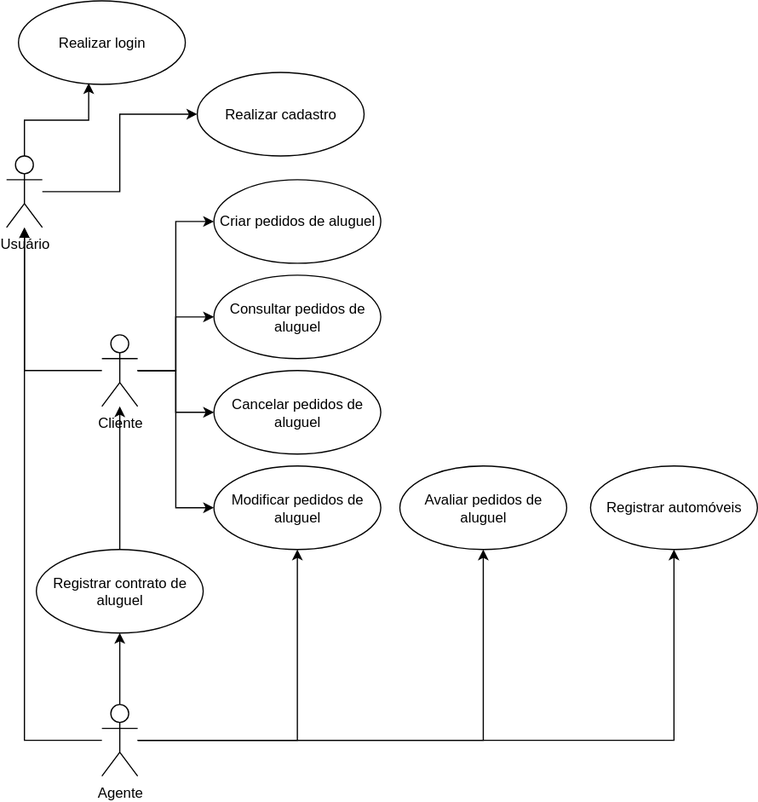
Above: projeto/DiagramaDeCasosDeUso.drawio.svg in marcosffp/Sistema-de-Aluguel-de-Carros (draw.io), before the change. Source tidied: cells renumbered, new cells last; positions are measured from the earlier drawing's top-left corner, leaving out a move shared by most shapes.
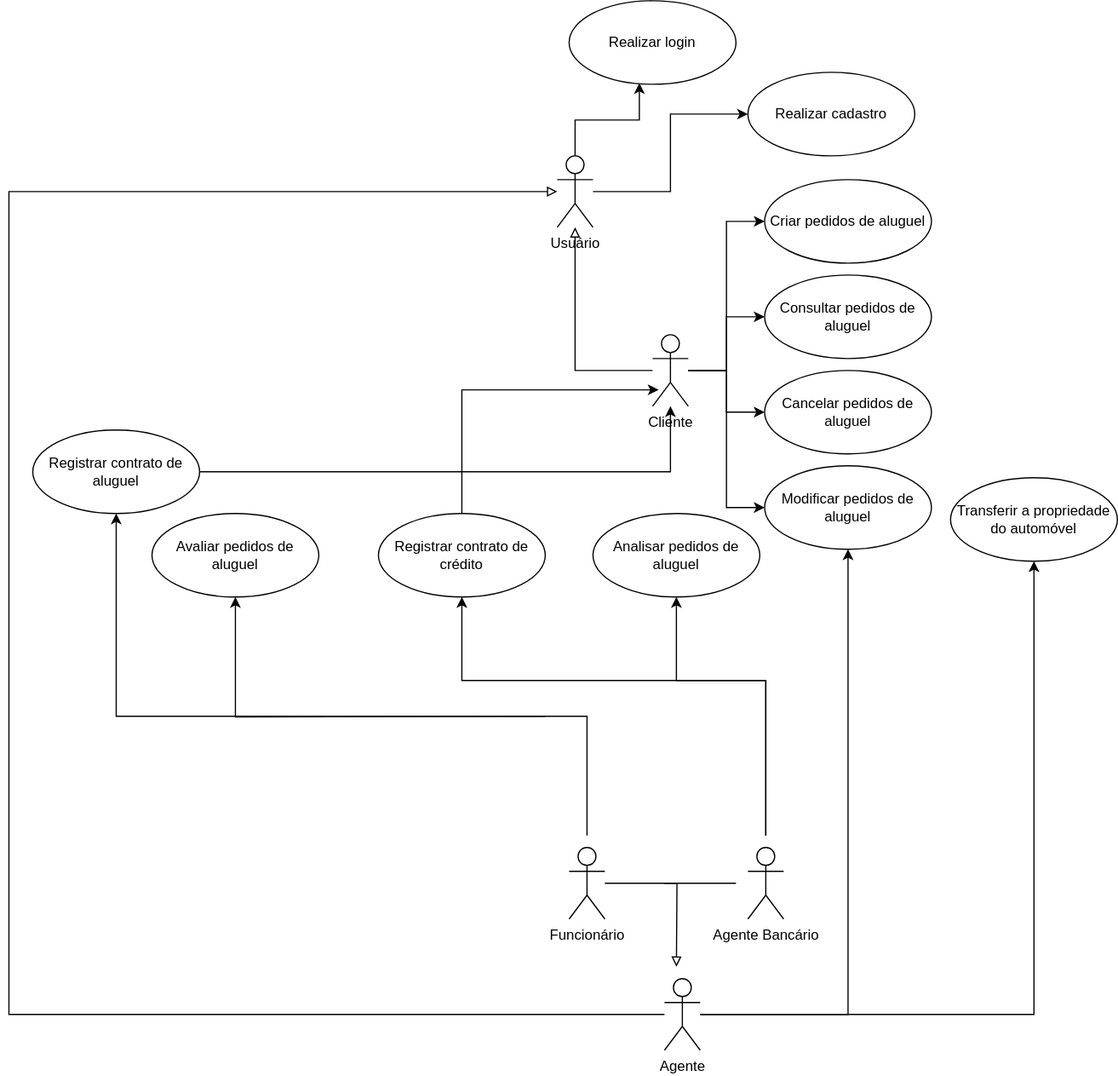
After the change.

Diff of the diagram source:
```diff
@@ -17,7 +17,7 @@
     <mxCell id="6" style="edgeStyle=orthogonalEdgeStyle;rounded=0;jettySize=auto;html=1;entryX=0.421;entryY=0.986;entryDx=0;entryDy=0;entryPerimeter=0;" parent="1" edge="1" source="3" target="5">
       <mxGeometry relative="1" as="geometry" />
     </mxCell>
-    <mxCell id="7" style="edgeStyle=orthogonalEdgeStyle;rounded=0;jettySize=auto;html=1;endArrow=block;endFill=1;" parent="1" edge="1" source="12" target="3">
+    <mxCell id="7" style="edgeStyle=orthogonalEdgeStyle;rounded=0;jettySize=auto;html=1;endArrow=block;endFill=0;" parent="1" edge="1" source="12" target="3">
       <mxGeometry relative="1" as="geometry" />
     </mxCell>
     <mxCell id="8" style="edgeStyle=orthogonalEdgeStyle;rounded=0;jettySize=auto;html=1;entryX=0;entryY=0.5;entryDx=0;entryDy=0;" parent="1" edge="1" source="12" target="13">
@@ -47,35 +47,100 @@
     <mxCell id="16" value="Modificar pedidos de aluguel" style="ellipse;whiteSpace=wrap;html=1;" parent="1" vertex="1">
       <mxGeometry x="174" y="390" width="140" height="70" as="geometry" />
     </mxCell>
-    <mxCell id="17" value="Avaliar pedidos de aluguel" style="ellipse;whiteSpace=wrap;html=1;" parent="1" vertex="1">
-      <mxGeometry x="330" y="390" width="140" height="70" as="geometry" />
-    </mxCell>
-    <mxCell id="18" style="edgeStyle=orthogonalEdgeStyle;rounded=0;jettySize=auto;html=1;" parent="1" edge="1" source="23" target="3">
-      <mxGeometry relative="1" as="geometry" />
+    <mxCell id="18" style="edgeStyle=orthogonalEdgeStyle;rounded=0;jettySize=auto;html=1;endArrow=block;endFill=0;" parent="1" edge="1" source="23" target="3">
+      <mxGeometry relative="1" as="geometry">
+        <Array as="points">
+          <mxPoint x="-460" y="850" />
+          <mxPoint x="-460" y="160" />
+        </Array>
+      </mxGeometry>
     </mxCell>
     <mxCell id="19" style="edgeStyle=orthogonalEdgeStyle;rounded=0;jettySize=auto;html=1;" parent="1" edge="1" source="23" target="16">
       <mxGeometry relative="1" as="geometry" />
     </mxCell>
-    <mxCell id="20" style="edgeStyle=orthogonalEdgeStyle;rounded=0;jettySize=auto;html=1;" parent="1" edge="1" source="23" target="17">
-      <mxGeometry relative="1" as="geometry" />
-    </mxCell>
     <mxCell id="21" style="edgeStyle=orthogonalEdgeStyle;rounded=0;jettySize=auto;html=1;" parent="1" edge="1" source="23" target="24">
-      <mxGeometry relative="1" as="geometry" />
+      <mxGeometry relative="1" as="geometry">
+        <Array as="points">
+          <mxPoint x="400" y="850" />
+        </Array>
+      </mxGeometry>
     </mxCell>
-    <mxCell id="22" style="edgeStyle=orthogonalEdgeStyle;rounded=0;jettySize=auto;html=1;entryX=0.5;entryY=1;entryDx=0;entryDy=0;" parent="1" edge="1" source="23" target="26">
-      <mxGeometry relative="1" as="geometry" />
+    <mxCell id="22" style="edgeStyle=orthogonalEdgeStyle;rounded=0;jettySize=auto;html=1;entryX=0.5;entryY=1;entryDx=0;entryDy=0;" parent="1" edge="1" target="26">
+      <mxGeometry relative="1" as="geometry">
+        <mxPoint x="25" y="700" as="sourcePoint" />
+        <Array as="points">
+          <mxPoint x="25" y="600" />
+          <mxPoint x="-370" y="600" />
+        </Array>
+      </mxGeometry>
     </mxCell>
     <mxCell id="23" value="Agente" style="shape=umlActor;verticalLabelPosition=bottom;verticalAlign=top;html=1;" parent="1" vertex="1">
-      <mxGeometry x="80" y="590" width="30" height="60" as="geometry" />
+      <mxGeometry x="90" y="820" width="30" height="60" as="geometry" />
     </mxCell>
-    <mxCell id="24" value="Registrar automóveis" style="ellipse;whiteSpace=wrap;html=1;" parent="1" vertex="1">
-      <mxGeometry x="490" y="390" width="140" height="70" as="geometry" />
+    <mxCell id="24" value="Transferir a propriedade do automóvel" style="ellipse;whiteSpace=wrap;html=1;" parent="1" vertex="1">
+      <mxGeometry x="330" y="400" width="140" height="70" as="geometry" />
     </mxCell>
     <mxCell id="25" style="edgeStyle=orthogonalEdgeStyle;rounded=0;jettySize=auto;html=1;" parent="1" edge="1" source="26" target="12">
       <mxGeometry relative="1" as="geometry" />
     </mxCell>
     <mxCell id="26" value="Registrar contrato de aluguel" style="ellipse;whiteSpace=wrap;html=1;" parent="1" vertex="1">
-      <mxGeometry x="25" y="460" width="140" height="70" as="geometry" />
+      <mxGeometry x="-440" y="360" width="140" height="70" as="geometry" />
     </mxCell>
+    <mxCell id="27" value="Funcionário" style="shape=umlActor;verticalLabelPosition=bottom;verticalAlign=top;html=1;" parent="1" vertex="1">
+      <mxGeometry x="10" y="710" width="30" height="60" as="geometry" />
+    </mxCell>
+    <mxCell id="28" value="Agente Bancário" style="shape=umlActor;verticalLabelPosition=bottom;verticalAlign=top;html=1;" parent="1" vertex="1">
+      <mxGeometry x="160" y="710" width="30" height="60" as="geometry" />
+    </mxCell>
+    <mxCell id="29" style="edgeStyle=orthogonalEdgeStyle;rounded=0;jettySize=auto;html=1;endArrow=block;endFill=0;" parent="1" edge="1" source="27">
+      <mxGeometry relative="1" as="geometry">
+        <mxPoint x="100" y="810" as="targetPoint" />
+      </mxGeometry>
+    </mxCell>
+    <mxCell id="30" style="endArrow=none;html=1;" parent="1" edge="1">
+      <mxGeometry relative="1" as="geometry">
+        <mxPoint x="90" y="740" as="sourcePoint" />
+        <mxPoint x="150" y="740" as="targetPoint" />
+      </mxGeometry>
+    </mxCell>
+    <mxCell id="17" value="&lt;span style=&quot;color: rgb(0, 0, 0);&quot;&gt;Avaliar pedidos de aluguel&lt;/span&gt;" style="ellipse;whiteSpace=wrap;html=1;" parent="1" vertex="1">
+      <mxGeometry x="-340" y="430" width="140" height="70" as="geometry" />
+    </mxCell>
+    <mxCell id="31" style="edgeStyle=orthogonalEdgeStyle;rounded=0;jettySize=auto;html=1;entryX=0.5;entryY=1;entryDx=0;entryDy=0;" parent="1" edge="1" target="17">
+      <mxGeometry relative="1" as="geometry">
+        <mxPoint x="-10" y="600" as="sourcePoint" />
+      </mxGeometry>
+    </mxCell>
+    <mxCell id="32" value="Registrar contrato de crédito" style="ellipse;whiteSpace=wrap;html=1;" parent="1" vertex="1">
+      <mxGeometry x="-150" y="430" width="140" height="70" as="geometry" />
+    </mxCell>
+    <mxCell id="33" style="edgeStyle=orthogonalEdgeStyle;rounded=0;jettySize=auto;html=1;entryX=0.5;entryY=1;entryDx=0;entryDy=0;" parent="1" edge="1" target="32">
+      <mxGeometry relative="1" as="geometry">
+        <mxPoint x="175" y="700" as="sourcePoint" />
+        <Array as="points">
+          <mxPoint x="175" y="570" />
+          <mxPoint x="-80" y="570" />
+        </Array>
+      </mxGeometry>
+    </mxCell>
+    <mxCell id="34" style="edgeStyle=orthogonalEdgeStyle;rounded=0;jettySize=auto;html=1;entryX=0.169;entryY=0.771;entryDx=0;entryDy=0;exitX=0.5;exitY=0;exitDx=0;exitDy=0;entryPerimeter=0;" parent="1" edge="1" source="32" target="12">
+      <mxGeometry relative="1" as="geometry">
+        <Array as="points">
+          <mxPoint x="-80" y="326" />
+        </Array>
+      </mxGeometry>
+    </mxCell>
+    <mxCell id="35" value="&lt;span style=&quot;color: rgb(0, 0, 0);&quot;&gt;Analisar pedidos de aluguel&lt;/span&gt;" style="ellipse;whiteSpace=wrap;html=1;" parent="1" vertex="1">
+      <mxGeometry x="30" y="430" width="140" height="70" as="geometry" />
+    </mxCell>
+    <mxCell id="36" style="edgeStyle=orthogonalEdgeStyle;rounded=0;jettySize=auto;html=1;entryX=0.5;entryY=1;entryDx=0;entryDy=0;" parent="1" edge="1" target="35">
+      <mxGeometry relative="1" as="geometry">
+        <mxPoint x="175" y="700" as="sourcePoint" />
+        <Array as="points">
+          <mxPoint x="175" y="570" />
+          <mxPoint x="100" y="570" />
+        </Array>
+      </mxGeometry>
+    </mxCell>
   </root>
 </mxGraphModel>
```
